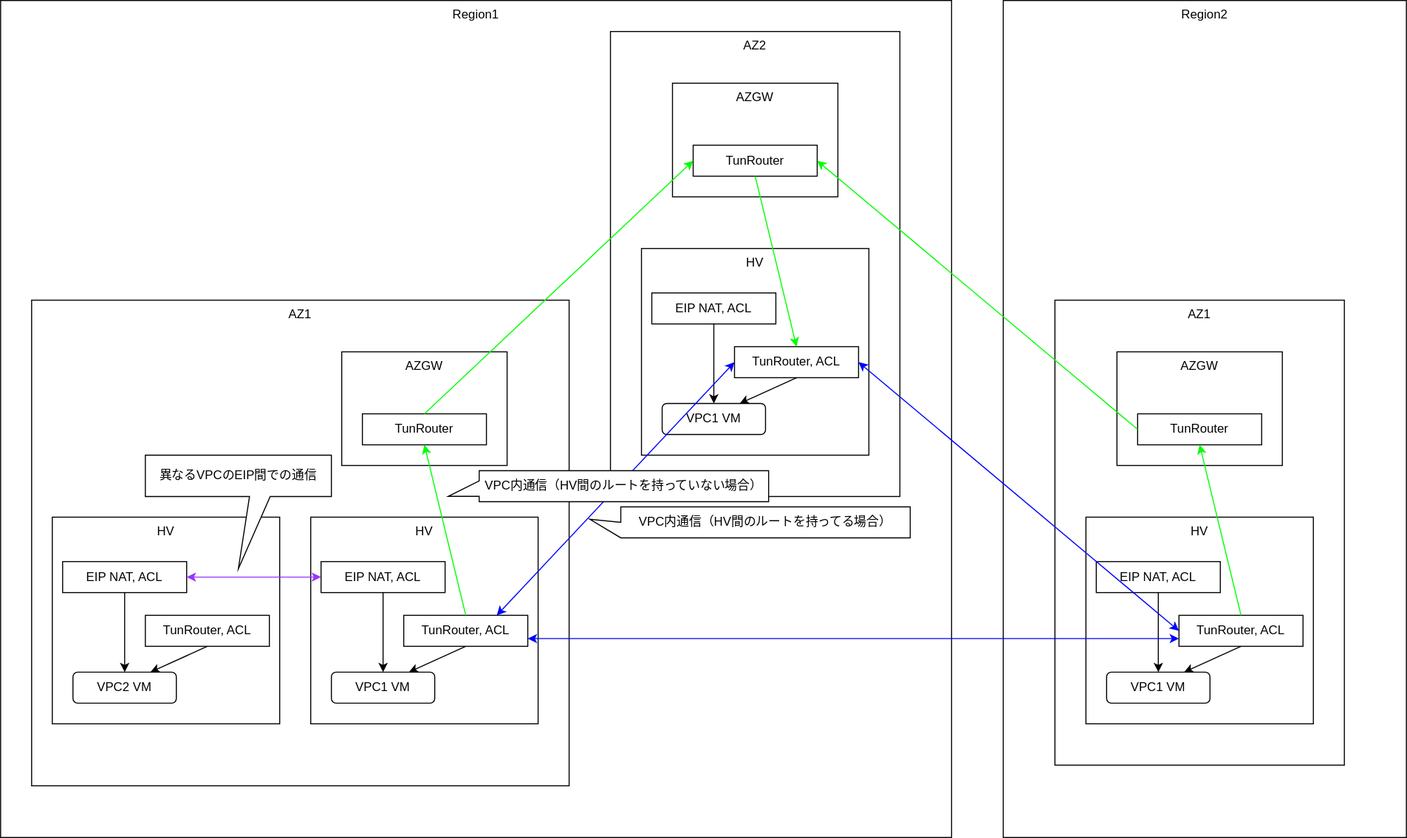
Before: iaas/vpc/dataplane-overview.dio.svg, a diagram exported from draw.io (syunkitada/architecture). Source tidied: cells renumbered, new cells last; positions are measured from the earlier drawing's top-left corner, leaving out a move shared by most shapes. Source of this version:
```xml
<mxGraphModel>
  <root>
    <mxCell id="0" />
    <mxCell id="1" parent="0" />
    <mxCell id="2" value="&amp;nbsp;Region1" style="rounded=0;whiteSpace=wrap;html=1;align=center;verticalAlign=top;" parent="1" vertex="1">
      <mxGeometry width="920" height="810" as="geometry" />
    </mxCell>
    <mxCell id="3" value="AZ1" style="rounded=0;whiteSpace=wrap;html=1;align=center;verticalAlign=top;" parent="1" vertex="1">
      <mxGeometry x="30" y="290" width="520" height="470" as="geometry" />
    </mxCell>
    <mxCell id="4" value="&amp;nbsp;Region2" style="rounded=0;whiteSpace=wrap;html=1;align=center;verticalAlign=top;" parent="1" vertex="1">
      <mxGeometry x="970" width="390" height="810" as="geometry" />
    </mxCell>
    <mxCell id="5" style="group;" parent="1" vertex="1">
      <mxGeometry x="300" y="500" width="220" height="200" as="geometry" />
    </mxCell>
    <mxCell id="6" value="HV" style="rounded=0;whiteSpace=wrap;html=1;align=center;verticalAlign=top;" parent="5" vertex="1">
      <mxGeometry width="220" height="200" as="geometry" />
    </mxCell>
    <mxCell id="7" value="VPC1 VM" style="rounded=1;whiteSpace=wrap;html=1;fillColor=none;" parent="5" vertex="1">
      <mxGeometry x="20" y="150" width="100" height="30" as="geometry" />
    </mxCell>
    <mxCell id="8" style="edgeStyle=none;html=1;exitX=0.5;exitY=1;exitDx=0;exitDy=0;entryX=0.5;entryY=0;entryDx=0;entryDy=0;" parent="5" edge="1" source="9" target="7">
      <mxGeometry relative="1" as="geometry" />
    </mxCell>
    <mxCell id="9" value="EIP NAT, ACL" style="rounded=0;whiteSpace=wrap;html=1;fontColor=#000000;fillColor=none;" parent="5" vertex="1">
      <mxGeometry x="10" y="43" width="120" height="30" as="geometry" />
    </mxCell>
    <mxCell id="10" style="edgeStyle=none;html=1;exitX=0.5;exitY=1;exitDx=0;exitDy=0;entryX=0.75;entryY=0;entryDx=0;entryDy=0;" parent="5" edge="1" source="11" target="7">
      <mxGeometry relative="1" as="geometry" />
    </mxCell>
    <mxCell id="11" value="TunRouter, ACL" style="rounded=0;whiteSpace=wrap;html=1;fontColor=#000000;fillColor=none;" parent="5" vertex="1">
      <mxGeometry x="90" y="95" width="120" height="30" as="geometry" />
    </mxCell>
    <mxCell id="12" style="group;" parent="1" vertex="1">
      <mxGeometry x="330" y="340" width="160" height="110" as="geometry" />
    </mxCell>
    <mxCell id="13" value="AZGW" style="rounded=0;whiteSpace=wrap;html=1;align=center;verticalAlign=top;" parent="12" vertex="1">
      <mxGeometry width="160" height="110" as="geometry" />
    </mxCell>
    <mxCell id="14" value="TunRouter" style="rounded=0;whiteSpace=wrap;html=1;fontColor=#000000;fillColor=none;" parent="12" vertex="1">
      <mxGeometry x="20" y="60" width="120" height="30" as="geometry" />
    </mxCell>
    <mxCell id="15" style="edgeStyle=none;html=1;exitX=0.5;exitY=0;exitDx=0;exitDy=0;entryX=0.5;entryY=1;entryDx=0;entryDy=0;strokeColor=#00FF00;" parent="1" edge="1" source="11" target="14">
      <mxGeometry relative="1" as="geometry" />
    </mxCell>
    <mxCell id="16" value="AZ2" style="rounded=0;whiteSpace=wrap;html=1;align=center;verticalAlign=top;" parent="1" vertex="1">
      <mxGeometry x="590" y="30" width="280" height="450" as="geometry" />
    </mxCell>
    <mxCell id="17" style="group;" parent="1" vertex="1">
      <mxGeometry x="620" y="240" width="220" height="200" as="geometry" />
    </mxCell>
    <mxCell id="18" value="HV" style="rounded=0;whiteSpace=wrap;html=1;align=center;verticalAlign=top;" parent="17" vertex="1">
      <mxGeometry width="220" height="200" as="geometry" />
    </mxCell>
    <mxCell id="19" value="VPC1 VM" style="rounded=1;whiteSpace=wrap;html=1;fillColor=none;" parent="17" vertex="1">
      <mxGeometry x="20" y="150" width="100" height="30" as="geometry" />
    </mxCell>
    <mxCell id="20" style="edgeStyle=none;html=1;exitX=0.5;exitY=1;exitDx=0;exitDy=0;entryX=0.5;entryY=0;entryDx=0;entryDy=0;" parent="17" edge="1" source="21" target="19">
      <mxGeometry relative="1" as="geometry" />
    </mxCell>
    <mxCell id="21" value="EIP NAT, ACL" style="rounded=0;whiteSpace=wrap;html=1;fontColor=#000000;fillColor=none;" parent="17" vertex="1">
      <mxGeometry x="10" y="43" width="120" height="30" as="geometry" />
    </mxCell>
    <mxCell id="22" style="edgeStyle=none;html=1;exitX=0.5;exitY=1;exitDx=0;exitDy=0;entryX=0.75;entryY=0;entryDx=0;entryDy=0;" parent="17" edge="1" source="23" target="19">
      <mxGeometry relative="1" as="geometry" />
    </mxCell>
    <mxCell id="23" value="TunRouter, ACL" style="rounded=0;whiteSpace=wrap;html=1;fontColor=#000000;fillColor=none;" parent="17" vertex="1">
      <mxGeometry x="90" y="95" width="120" height="30" as="geometry" />
    </mxCell>
    <mxCell id="24" style="group;" parent="1" vertex="1">
      <mxGeometry x="650" y="80" width="160" height="110" as="geometry" />
    </mxCell>
    <mxCell id="25" value="AZGW" style="rounded=0;whiteSpace=wrap;html=1;align=center;verticalAlign=top;" parent="24" vertex="1">
      <mxGeometry width="160" height="110" as="geometry" />
    </mxCell>
    <mxCell id="26" value="TunRouter" style="rounded=0;whiteSpace=wrap;html=1;fontColor=#000000;fillColor=none;" parent="24" vertex="1">
      <mxGeometry x="20" y="60" width="120" height="30" as="geometry" />
    </mxCell>
    <mxCell id="27" style="edgeStyle=none;html=1;exitX=0.5;exitY=0;exitDx=0;exitDy=0;entryX=0;entryY=0.5;entryDx=0;entryDy=0;strokeColor=#00FF00;" parent="1" edge="1" source="14" target="26">
      <mxGeometry relative="1" as="geometry" />
    </mxCell>
    <mxCell id="28" style="edgeStyle=none;html=1;exitX=0.5;exitY=1;exitDx=0;exitDy=0;entryX=0.5;entryY=0;entryDx=0;entryDy=0;strokeColor=#00FF00;" parent="1" edge="1" source="26" target="23">
      <mxGeometry relative="1" as="geometry" />
    </mxCell>
    <mxCell id="29" style="endArrow=classic;startArrow=classic;html=1;entryX=0.75;entryY=0;entryDx=0;entryDy=0;exitX=0;exitY=0.5;exitDx=0;exitDy=0;strokeColor=#0000FF;" parent="1" edge="1" source="23" target="11">
      <mxGeometry relative="1" as="geometry" />
    </mxCell>
    <mxCell id="30" value="AZ1" style="rounded=0;whiteSpace=wrap;html=1;align=center;verticalAlign=top;" parent="1" vertex="1">
      <mxGeometry x="1020" y="290" width="280" height="450" as="geometry" />
    </mxCell>
    <mxCell id="31" style="group;" parent="1" vertex="1">
      <mxGeometry x="1050" y="500" width="220" height="200" as="geometry" />
    </mxCell>
    <mxCell id="32" value="HV" style="rounded=0;whiteSpace=wrap;html=1;align=center;verticalAlign=top;" parent="31" vertex="1">
      <mxGeometry width="220" height="200" as="geometry" />
    </mxCell>
    <mxCell id="33" value="VPC1 VM" style="rounded=1;whiteSpace=wrap;html=1;fillColor=none;" parent="31" vertex="1">
      <mxGeometry x="20" y="150" width="100" height="30" as="geometry" />
    </mxCell>
    <mxCell id="34" style="edgeStyle=none;html=1;exitX=0.5;exitY=1;exitDx=0;exitDy=0;entryX=0.5;entryY=0;entryDx=0;entryDy=0;" parent="31" edge="1" source="35" target="33">
      <mxGeometry relative="1" as="geometry" />
    </mxCell>
    <mxCell id="35" value="EIP NAT, ACL" style="rounded=0;whiteSpace=wrap;html=1;fontColor=#000000;fillColor=none;" parent="31" vertex="1">
      <mxGeometry x="10" y="43" width="120" height="30" as="geometry" />
    </mxCell>
    <mxCell id="36" style="edgeStyle=none;html=1;exitX=0.5;exitY=1;exitDx=0;exitDy=0;entryX=0.75;entryY=0;entryDx=0;entryDy=0;" parent="31" edge="1" source="37" target="33">
      <mxGeometry relative="1" as="geometry" />
    </mxCell>
    <mxCell id="37" value="TunRouter, ACL" style="rounded=0;whiteSpace=wrap;html=1;fontColor=#000000;fillColor=none;" parent="31" vertex="1">
      <mxGeometry x="90" y="95" width="120" height="30" as="geometry" />
    </mxCell>
    <mxCell id="38" style="group;" parent="1" vertex="1">
      <mxGeometry x="1080" y="340" width="160" height="110" as="geometry" />
    </mxCell>
    <mxCell id="39" value="AZGW" style="rounded=0;whiteSpace=wrap;html=1;align=center;verticalAlign=top;" parent="38" vertex="1">
      <mxGeometry width="160" height="110" as="geometry" />
    </mxCell>
    <mxCell id="40" value="TunRouter" style="rounded=0;whiteSpace=wrap;html=1;fontColor=#000000;fillColor=none;" parent="38" vertex="1">
      <mxGeometry x="20" y="60" width="120" height="30" as="geometry" />
    </mxCell>
    <mxCell id="41" style="edgeStyle=none;html=1;exitX=0.5;exitY=0;exitDx=0;exitDy=0;entryX=0.5;entryY=1;entryDx=0;entryDy=0;strokeColor=#00FF00;" parent="1" edge="1" source="37" target="40">
      <mxGeometry relative="1" as="geometry" />
    </mxCell>
    <mxCell id="42" style="endArrow=classic;startArrow=classic;html=1;entryX=0;entryY=0.5;entryDx=0;entryDy=0;exitX=1;exitY=0.5;exitDx=0;exitDy=0;strokeColor=#0000FF;" parent="1" edge="1" source="23" target="37">
      <mxGeometry relative="1" as="geometry" />
    </mxCell>
    <mxCell id="43" style="group;" parent="1" vertex="1">
      <mxGeometry x="50" y="500" width="220" height="200" as="geometry" />
    </mxCell>
    <mxCell id="44" value="HV" style="rounded=0;whiteSpace=wrap;html=1;align=center;verticalAlign=top;" parent="43" vertex="1">
      <mxGeometry width="220" height="200" as="geometry" />
    </mxCell>
    <mxCell id="45" value="VPC2 VM" style="rounded=1;whiteSpace=wrap;html=1;fillColor=none;" parent="43" vertex="1">
      <mxGeometry x="20" y="150" width="100" height="30" as="geometry" />
    </mxCell>
    <mxCell id="46" style="edgeStyle=none;html=1;exitX=0.5;exitY=1;exitDx=0;exitDy=0;entryX=0.5;entryY=0;entryDx=0;entryDy=0;" parent="43" edge="1" source="47" target="45">
      <mxGeometry relative="1" as="geometry" />
    </mxCell>
    <mxCell id="47" value="EIP NAT, ACL" style="rounded=0;whiteSpace=wrap;html=1;fontColor=#000000;fillColor=none;" parent="43" vertex="1">
      <mxGeometry x="10" y="43" width="120" height="30" as="geometry" />
    </mxCell>
    <mxCell id="48" style="edgeStyle=none;html=1;exitX=0.5;exitY=1;exitDx=0;exitDy=0;entryX=0.75;entryY=0;entryDx=0;entryDy=0;" parent="43" edge="1" source="49" target="45">
      <mxGeometry relative="1" as="geometry" />
    </mxCell>
    <mxCell id="49" value="TunRouter, ACL" style="rounded=0;whiteSpace=wrap;html=1;fontColor=#000000;fillColor=none;" parent="43" vertex="1">
      <mxGeometry x="90" y="95" width="120" height="30" as="geometry" />
    </mxCell>
    <mxCell id="50" style="edgeStyle=none;html=1;exitX=1;exitY=0.5;exitDx=0;exitDy=0;entryX=0;entryY=0.5;entryDx=0;entryDy=0;strokeColor=#9933FF;startArrow=classic;startFill=1;" parent="1" edge="1" source="47" target="9">
      <mxGeometry relative="1" as="geometry" />
    </mxCell>
    <mxCell id="51" value="異なるVPCのEIP間での通信" style="shape=callout;whiteSpace=wrap;html=1;perimeter=calloutPerimeter;position2=0.5;size=70;position=0.56;" parent="1" vertex="1">
      <mxGeometry x="140" y="440" width="180" height="110" as="geometry" />
    </mxCell>
    <mxCell id="52" value="VPC内通信（HV間のルートを持ってる場合）" style="shape=callout;whiteSpace=wrap;html=1;perimeter=calloutPerimeter;direction=south;position2=0.4;" parent="1" vertex="1">
      <mxGeometry x="570" y="490" width="310" height="30" as="geometry" />
    </mxCell>
    <mxCell id="53" value="VPC内通信（HV間のルートを持っていない場合）" style="shape=callout;whiteSpace=wrap;html=1;perimeter=calloutPerimeter;direction=south;position2=0.83;base=15;size=30;position=0.33;" parent="1" vertex="1">
      <mxGeometry x="433" y="455" width="310" height="30" as="geometry" />
    </mxCell>
    <mxCell id="54" style="endArrow=classic;startArrow=classic;html=1;exitX=1;exitY=0.75;exitDx=0;exitDy=0;entryX=0;entryY=0.75;entryDx=0;entryDy=0;strokeColor=#0000FF;" parent="1" edge="1" source="11" target="37">
      <mxGeometry relative="1" as="geometry" />
    </mxCell>
    <mxCell id="55" style="edgeStyle=none;html=1;exitX=0;exitY=0.5;exitDx=0;exitDy=0;entryX=1;entryY=0.5;entryDx=0;entryDy=0;strokeColor=#00FF00;" parent="1" edge="1" source="40" target="26">
      <mxGeometry relative="1" as="geometry" />
    </mxCell>
  </root>
</mxGraphModel>
```
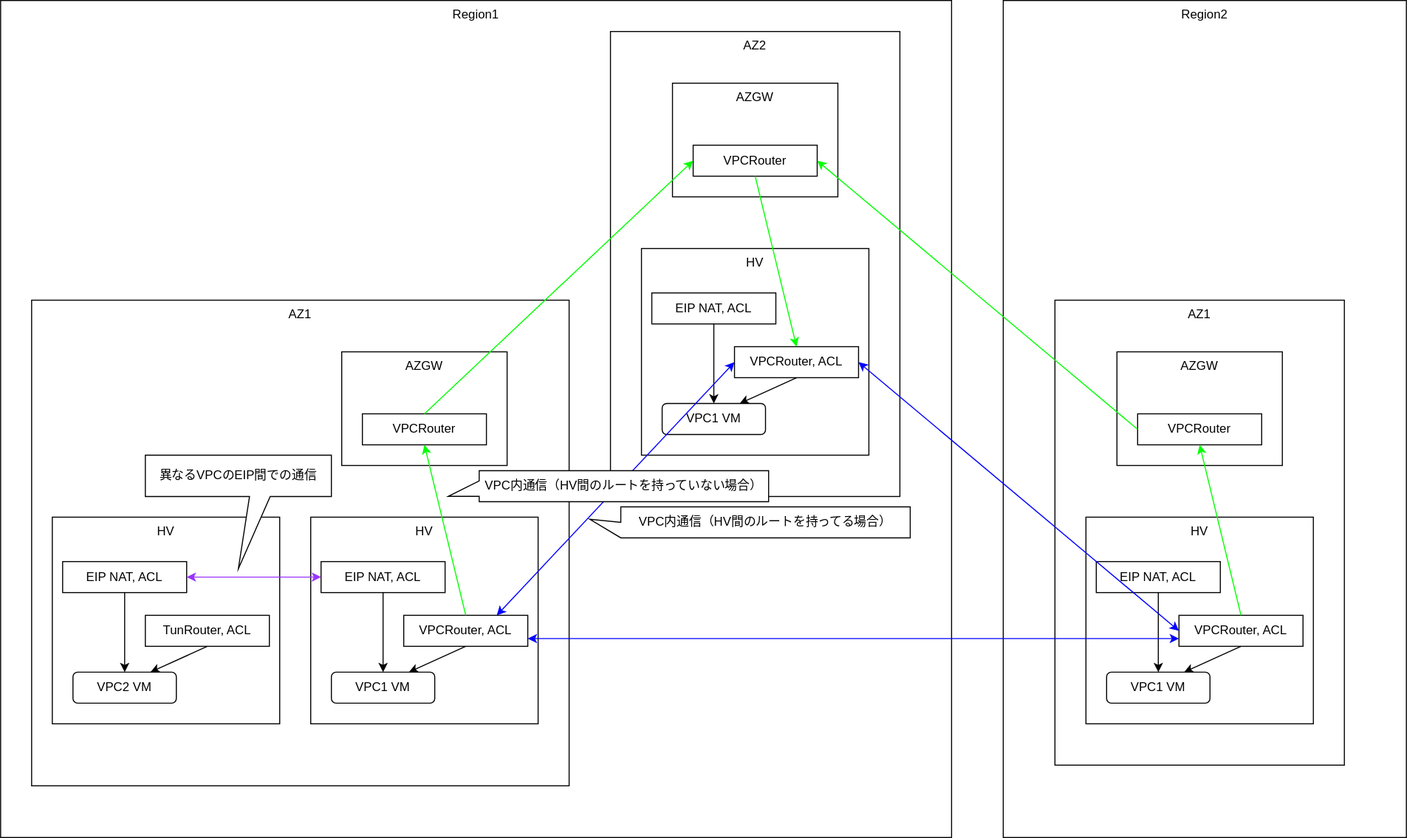
Above is the later version.

Diff of the diagram source:
```diff
@@ -29,7 +29,7 @@
     <mxCell id="10" style="edgeStyle=none;html=1;exitX=0.5;exitY=1;exitDx=0;exitDy=0;entryX=0.75;entryY=0;entryDx=0;entryDy=0;" parent="5" edge="1" source="11" target="7">
       <mxGeometry relative="1" as="geometry" />
     </mxCell>
-    <mxCell id="11" value="TunRouter, ACL" style="rounded=0;whiteSpace=wrap;html=1;fontColor=#000000;fillColor=none;" parent="5" vertex="1">
+    <mxCell id="11" value="VPCRouter, ACL" style="rounded=0;whiteSpace=wrap;html=1;fontColor=#000000;fillColor=none;" parent="5" vertex="1">
       <mxGeometry x="90" y="95" width="120" height="30" as="geometry" />
     </mxCell>
     <mxCell id="12" style="group;" parent="1" vertex="1">
@@ -38,7 +38,7 @@
     <mxCell id="13" value="AZGW" style="rounded=0;whiteSpace=wrap;html=1;align=center;verticalAlign=top;" parent="12" vertex="1">
       <mxGeometry width="160" height="110" as="geometry" />
     </mxCell>
-    <mxCell id="14" value="TunRouter" style="rounded=0;whiteSpace=wrap;html=1;fontColor=#000000;fillColor=none;" parent="12" vertex="1">
+    <mxCell id="14" value="VPCRouter" style="rounded=0;whiteSpace=wrap;html=1;fontColor=#000000;fillColor=none;" parent="12" vertex="1">
       <mxGeometry x="20" y="60" width="120" height="30" as="geometry" />
     </mxCell>
     <mxCell id="15" style="edgeStyle=none;html=1;exitX=0.5;exitY=0;exitDx=0;exitDy=0;entryX=0.5;entryY=1;entryDx=0;entryDy=0;strokeColor=#00FF00;" parent="1" edge="1" source="11" target="14">
@@ -65,7 +65,7 @@
     <mxCell id="22" style="edgeStyle=none;html=1;exitX=0.5;exitY=1;exitDx=0;exitDy=0;entryX=0.75;entryY=0;entryDx=0;entryDy=0;" parent="17" edge="1" source="23" target="19">
       <mxGeometry relative="1" as="geometry" />
     </mxCell>
-    <mxCell id="23" value="TunRouter, ACL" style="rounded=0;whiteSpace=wrap;html=1;fontColor=#000000;fillColor=none;" parent="17" vertex="1">
+    <mxCell id="23" value="VPCRouter, ACL" style="rounded=0;whiteSpace=wrap;html=1;fontColor=#000000;fillColor=none;" parent="17" vertex="1">
       <mxGeometry x="90" y="95" width="120" height="30" as="geometry" />
     </mxCell>
     <mxCell id="24" style="group;" parent="1" vertex="1">
@@ -74,7 +74,7 @@
     <mxCell id="25" value="AZGW" style="rounded=0;whiteSpace=wrap;html=1;align=center;verticalAlign=top;" parent="24" vertex="1">
       <mxGeometry width="160" height="110" as="geometry" />
     </mxCell>
-    <mxCell id="26" value="TunRouter" style="rounded=0;whiteSpace=wrap;html=1;fontColor=#000000;fillColor=none;" parent="24" vertex="1">
+    <mxCell id="26" value="VPCRouter" style="rounded=0;whiteSpace=wrap;html=1;fontColor=#000000;fillColor=none;" parent="24" vertex="1">
       <mxGeometry x="20" y="60" width="120" height="30" as="geometry" />
     </mxCell>
     <mxCell id="27" style="edgeStyle=none;html=1;exitX=0.5;exitY=0;exitDx=0;exitDy=0;entryX=0;entryY=0.5;entryDx=0;entryDy=0;strokeColor=#00FF00;" parent="1" edge="1" source="14" target="26">
@@ -107,7 +107,7 @@
     <mxCell id="36" style="edgeStyle=none;html=1;exitX=0.5;exitY=1;exitDx=0;exitDy=0;entryX=0.75;entryY=0;entryDx=0;entryDy=0;" parent="31" edge="1" source="37" target="33">
       <mxGeometry relative="1" as="geometry" />
     </mxCell>
-    <mxCell id="37" value="TunRouter, ACL" style="rounded=0;whiteSpace=wrap;html=1;fontColor=#000000;fillColor=none;" parent="31" vertex="1">
+    <mxCell id="37" value="VPCRouter, ACL" style="rounded=0;whiteSpace=wrap;html=1;fontColor=#000000;fillColor=none;" parent="31" vertex="1">
       <mxGeometry x="90" y="95" width="120" height="30" as="geometry" />
     </mxCell>
     <mxCell id="38" style="group;" parent="1" vertex="1">
@@ -116,7 +116,7 @@
     <mxCell id="39" value="AZGW" style="rounded=0;whiteSpace=wrap;html=1;align=center;verticalAlign=top;" parent="38" vertex="1">
       <mxGeometry width="160" height="110" as="geometry" />
     </mxCell>
-    <mxCell id="40" value="TunRouter" style="rounded=0;whiteSpace=wrap;html=1;fontColor=#000000;fillColor=none;" parent="38" vertex="1">
+    <mxCell id="40" value="VPCRouter" style="rounded=0;whiteSpace=wrap;html=1;fontColor=#000000;fillColor=none;" parent="38" vertex="1">
       <mxGeometry x="20" y="60" width="120" height="30" as="geometry" />
     </mxCell>
     <mxCell id="41" style="edgeStyle=none;html=1;exitX=0.5;exitY=0;exitDx=0;exitDy=0;entryX=0.5;entryY=1;entryDx=0;entryDy=0;strokeColor=#00FF00;" parent="1" edge="1" source="37" target="40">
```
